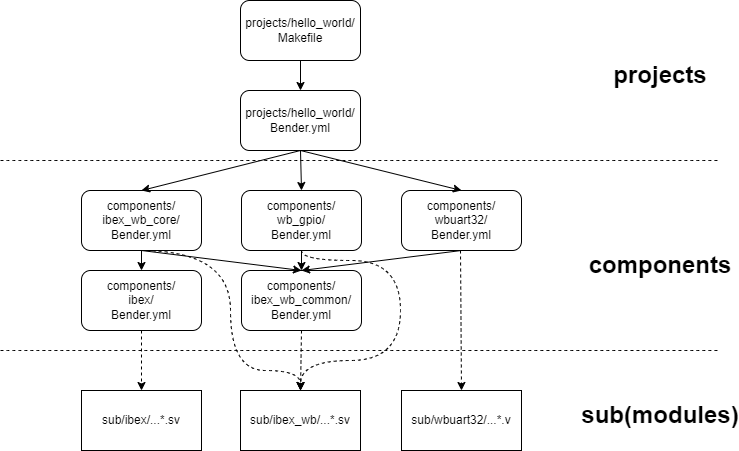
Before: docs/assets/Project_Build_Diagram.drawio.png, a diagram exported from draw.io (epsilon537/boxlambda). Source tidied: cells renumbered, new cells last; positions are measured from the earlier drawing's top-left corner, leaving out a move shared by most shapes.
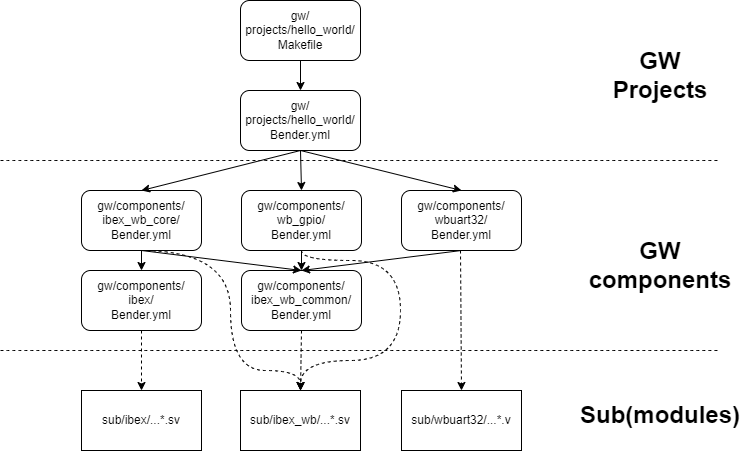
After the commit.

Diff of the diagram source:
```diff
@@ -2,22 +2,22 @@
   <root>
     <mxCell id="0" />
     <mxCell id="1" parent="0" />
-    <mxCell id="2" value="projects/hello_world/&lt;br&gt;Bender.yml" style="rounded=1;whiteSpace=wrap;html=1;" parent="1" vertex="1">
+    <mxCell id="2" value="gw/&lt;br&gt;projects/hello_world/&lt;br&gt;Bender.yml" style="rounded=1;whiteSpace=wrap;html=1;" parent="1" vertex="1">
       <mxGeometry x="240" y="90" width="120" height="60" as="geometry" />
     </mxCell>
-    <mxCell id="3" value="projects/hello_world/&lt;br&gt;Makefile" style="rounded=1;whiteSpace=wrap;html=1;" parent="1" vertex="1">
+    <mxCell id="3" value="gw/&lt;br&gt;projects/hello_world/&lt;br&gt;Makefile" style="rounded=1;whiteSpace=wrap;html=1;" parent="1" vertex="1">
       <mxGeometry x="240" width="120" height="60" as="geometry" />
     </mxCell>
     <mxCell id="4" style="endArrow=classic;html=1;rounded=0;exitX=0.5;exitY=1;exitDx=0;exitDy=0;" parent="1" edge="1" source="3" target="2">
       <mxGeometry relative="1" as="geometry" />
     </mxCell>
-    <mxCell id="5" value="components/&lt;br&gt;ibex_wb_core/&lt;br&gt;Bender.yml" style="rounded=1;whiteSpace=wrap;html=1;" parent="1" vertex="1">
+    <mxCell id="5" value="gw/components/&lt;br&gt;ibex_wb_core/&lt;br&gt;Bender.yml" style="rounded=1;whiteSpace=wrap;html=1;" parent="1" vertex="1">
       <mxGeometry x="81" y="190" width="120" height="60" as="geometry" />
     </mxCell>
-    <mxCell id="6" value="components/&lt;br&gt;wb_gpio/&lt;br&gt;Bender.yml" style="rounded=1;whiteSpace=wrap;html=1;" parent="1" vertex="1">
+    <mxCell id="6" value="gw/components/&lt;br&gt;wb_gpio/&lt;br&gt;Bender.yml" style="rounded=1;whiteSpace=wrap;html=1;" parent="1" vertex="1">
       <mxGeometry x="241" y="190" width="120" height="60" as="geometry" />
     </mxCell>
-    <mxCell id="7" value="components/&lt;br&gt;wbuart32/&lt;br&gt;Bender.yml" style="rounded=1;whiteSpace=wrap;html=1;" parent="1" vertex="1">
+    <mxCell id="7" value="gw/components/&lt;br&gt;wbuart32/&lt;br&gt;Bender.yml" style="rounded=1;whiteSpace=wrap;html=1;" parent="1" vertex="1">
       <mxGeometry x="401" y="190" width="120" height="60" as="geometry" />
     </mxCell>
     <mxCell id="8" style="edgeStyle=orthogonalEdgeStyle;rounded=0;jettySize=auto;html=1;dashed=1;targetPerimeterSpacing=14;strokeWidth=1;exitX=0.5;exitY=1;exitDx=0;exitDy=0;entryX=0.5;entryY=0;entryDx=0;entryDy=0;curved=1;" parent="1" edge="1" source="6" target="19">
@@ -30,10 +30,10 @@
         </Array>
       </mxGeometry>
     </mxCell>
-    <mxCell id="9" value="components/&lt;br&gt;ibex/&lt;br&gt;Bender.yml" style="rounded=1;whiteSpace=wrap;html=1;" parent="1" vertex="1">
+    <mxCell id="9" value="gw/components/&lt;br&gt;ibex/&lt;br&gt;Bender.yml" style="rounded=1;whiteSpace=wrap;html=1;" parent="1" vertex="1">
       <mxGeometry x="81" y="270" width="120" height="60" as="geometry" />
     </mxCell>
-    <mxCell id="10" value="components/&lt;br&gt;ibex_wb_common/&lt;br&gt;Bender.yml" style="rounded=1;whiteSpace=wrap;html=1;" parent="1" vertex="1">
+    <mxCell id="10" value="gw/components/&lt;br&gt;ibex_wb_common/&lt;br&gt;Bender.yml" style="rounded=1;whiteSpace=wrap;html=1;" parent="1" vertex="1">
       <mxGeometry x="241" y="270" width="120" height="60" as="geometry" />
     </mxCell>
     <mxCell id="11" style="endArrow=classic;html=1;rounded=0;exitX=0.5;exitY=1;exitDx=0;exitDy=0;entryX=0.5;entryY=0;entryDx=0;entryDy=0;" parent="1" edge="1" source="2" target="6">
@@ -100,13 +100,13 @@
         <mxPoint x="720" y="350" as="targetPoint" />
       </mxGeometry>
     </mxCell>
-    <mxCell id="27" value="projects" style="text;html=1;strokeColor=none;fillColor=none;align=center;verticalAlign=middle;whiteSpace=wrap;rounded=0;fontStyle=1;fontSize=24;" parent="1" vertex="1">
+    <mxCell id="27" value="GW Projects" style="text;html=1;strokeColor=none;fillColor=none;align=center;verticalAlign=middle;whiteSpace=wrap;rounded=0;fontStyle=1;fontSize=24;" parent="1" vertex="1">
       <mxGeometry x="630" y="60" width="60" height="30" as="geometry" />
     </mxCell>
-    <mxCell id="28" value="components" style="text;html=1;strokeColor=none;fillColor=none;align=center;verticalAlign=middle;whiteSpace=wrap;rounded=0;fontStyle=1;fontSize=24;" parent="1" vertex="1">
+    <mxCell id="28" value="GW&lt;br&gt;components" style="text;html=1;strokeColor=none;fillColor=none;align=center;verticalAlign=middle;whiteSpace=wrap;rounded=0;fontStyle=1;fontSize=24;" parent="1" vertex="1">
       <mxGeometry x="630" y="250" width="60" height="30" as="geometry" />
     </mxCell>
-    <mxCell id="29" value="sub(modules)" style="text;html=1;strokeColor=none;fillColor=none;align=center;verticalAlign=middle;whiteSpace=wrap;rounded=0;fontStyle=1;fontSize=24;" parent="1" vertex="1">
+    <mxCell id="29" value="Sub(modules)" style="text;html=1;strokeColor=none;fillColor=none;align=center;verticalAlign=middle;whiteSpace=wrap;rounded=0;fontStyle=1;fontSize=24;" parent="1" vertex="1">
       <mxGeometry x="630" y="400" width="60" height="30" as="geometry" />
     </mxCell>
   </root>
```
